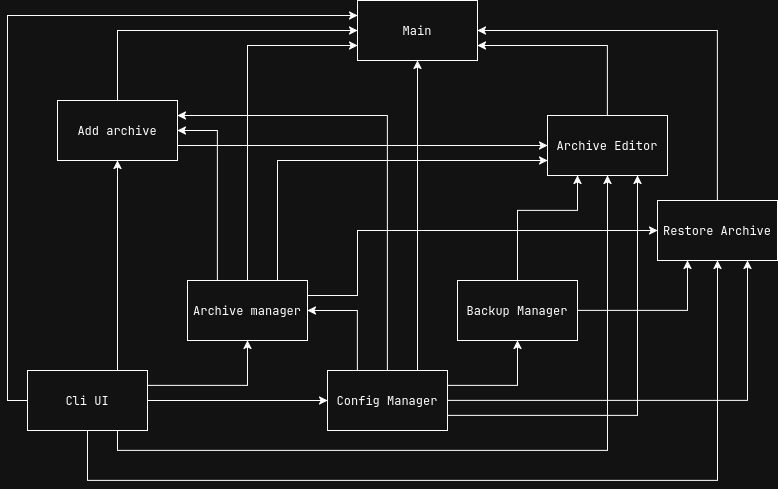
The draw.io diagram docs/Estructura_micro-servicios.png in AFGalindoB/System_Config_Editor, before a commit. Source tidied: cells renumbered, new cells last; positions are measured from the earlier drawing's top-left corner, leaving out a move shared by most shapes.
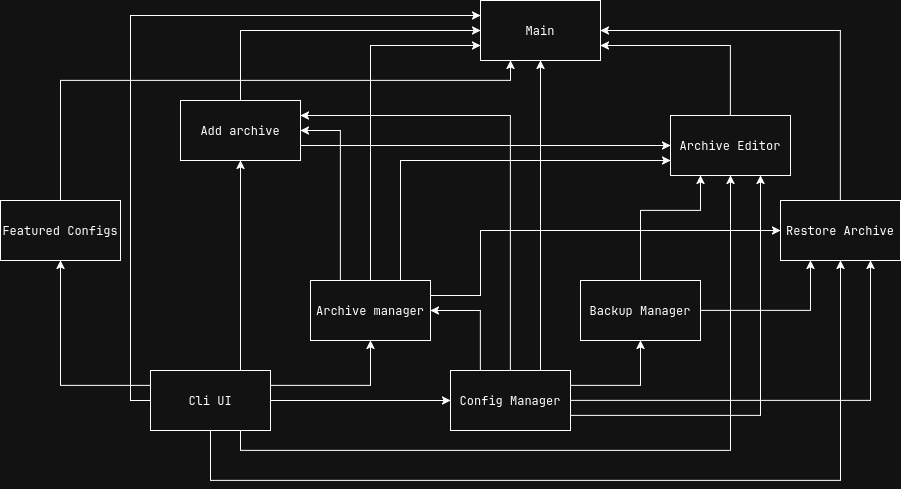
Later version of the same file.

Commit message:
Se mejora el sistema de setup_configs agregando actualizacion dinamica de los parametros de los .json y se agrega la funcionalidad de agregar configuraciones destacadas

Change to the diagram source:
```diff
@@ -61,6 +61,9 @@
     <mxCell id="16" style="edgeStyle=orthogonalEdgeStyle;rounded=0;jettySize=auto;html=1;exitX=1;exitY=0.5;exitDx=0;exitDy=0;entryX=0;entryY=0.5;entryDx=0;entryDy=0;" parent="1" edge="1" source="17" target="24">
       <mxGeometry relative="1" as="geometry" />
     </mxCell>
+    <mxCell id="32" style="edgeStyle=orthogonalEdgeStyle;rounded=0;jettySize=auto;html=1;exitX=0;exitY=0.25;exitDx=0;exitDy=0;entryX=0.5;entryY=1;entryDx=0;entryDy=0;" parent="1" edge="1" source="17" target="34">
+      <mxGeometry relative="1" as="geometry" />
+    </mxCell>
     <mxCell id="17" value="Cli UI" style="rounded=0;whiteSpace=wrap;html=1;" parent="1" vertex="1">
       <mxGeometry y="370" width="120" height="60" as="geometry" />
     </mxCell>
@@ -115,5 +118,16 @@
     <mxCell id="31" value="&lt;div&gt;Restore Archive&lt;/div&gt;" style="rounded=0;whiteSpace=wrap;html=1;" parent="1" vertex="1">
       <mxGeometry x="630" y="200" width="120" height="60" as="geometry" />
     </mxCell>
+    <mxCell id="33" style="edgeStyle=orthogonalEdgeStyle;rounded=0;jettySize=auto;html=1;exitX=0.5;exitY=0;exitDx=0;exitDy=0;entryX=0.25;entryY=1;entryDx=0;entryDy=0;" parent="1" edge="1" source="34" target="2">
+      <mxGeometry relative="1" as="geometry">
+        <Array as="points">
+          <mxPoint x="-90" y="80" />
+          <mxPoint x="360" y="80" />
+        </Array>
+      </mxGeometry>
+    </mxCell>
+    <mxCell id="34" value="Featured Configs" style="rounded=0;whiteSpace=wrap;html=1;" parent="1" vertex="1">
+      <mxGeometry x="-150" y="200" width="120" height="60" as="geometry" />
+    </mxCell>
   </root>
 </mxGraphModel>
```
